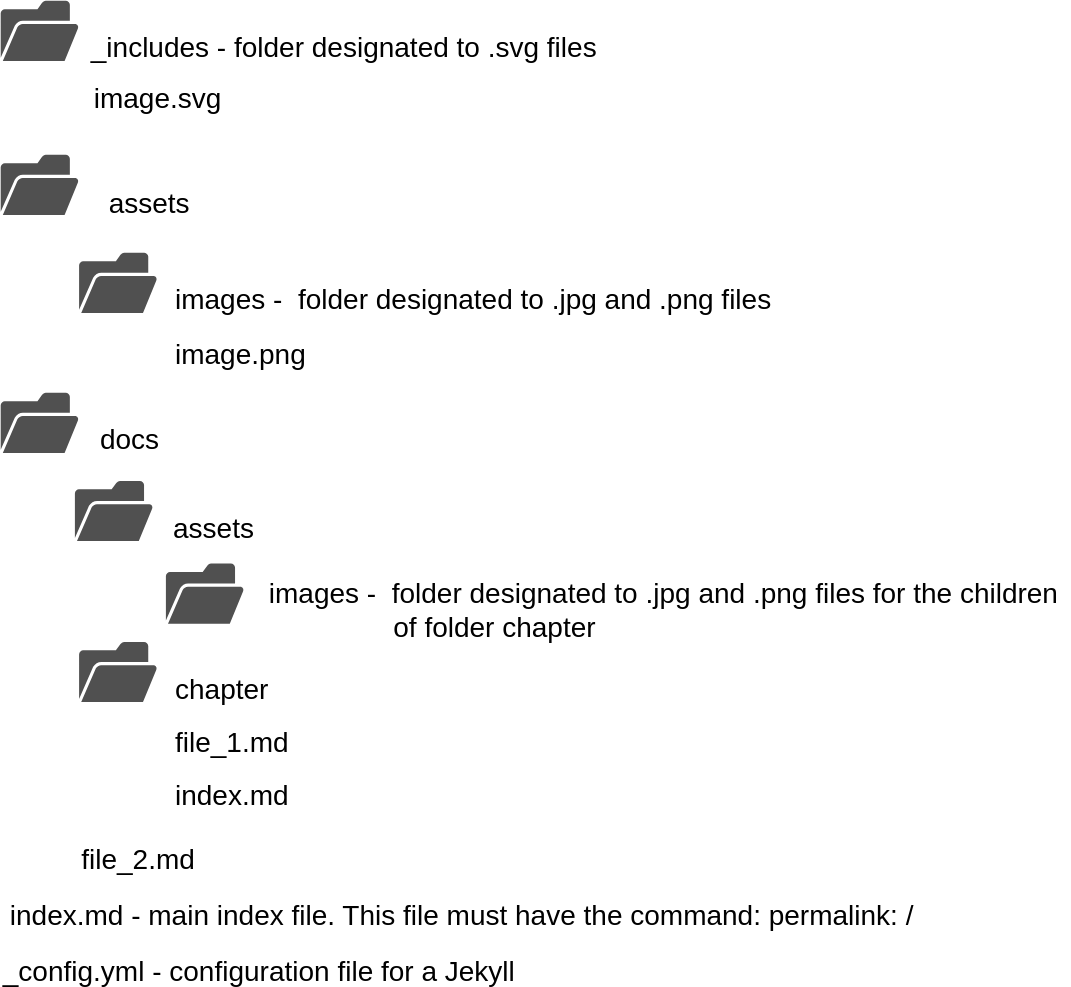
This is docs/assets/images/Files_structure.svg from RAFBER/Basic-technologies-of-technical-communication, a draw.io export, as it was before one commit. Source tidied: cells renumbered, new cells last; positions are measured from the earlier drawing's top-left corner, leaving out a move shared by most shapes. The source it was exported from:
```xml
<mxGraphModel>
  <root>
    <mxCell id="0" />
    <mxCell id="1" parent="0" />
    <mxCell id="2" style="shadow=0;dashed=0;html=1;strokeColor=none;fillColor=#505050;labelPosition=center;verticalLabelPosition=bottom;verticalAlign=top;align=center;shape=mxgraph.office.concepts.folder_open;" parent="1" vertex="1">
      <mxGeometry width="56" height="43" as="geometry" />
    </mxCell>
    <mxCell id="3" style="shadow=0;dashed=0;html=1;strokeColor=none;fillColor=#505050;labelPosition=center;verticalLabelPosition=bottom;verticalAlign=top;align=center;shape=mxgraph.office.concepts.folder_open;" parent="1" vertex="1">
      <mxGeometry y="110" width="56" height="43" as="geometry" />
    </mxCell>
    <mxCell id="4" value="&lt;font style=&quot;font-size: 20px&quot;&gt;_includes - folder designated to .svg files&lt;/font&gt;" style="text;html=1;align=center;verticalAlign=middle;" parent="1" vertex="1">
      <mxGeometry x="59" y="22" width="371" height="21" as="geometry" />
    </mxCell>
    <mxCell id="5" value="&lt;font style=&quot;font-size: 20px&quot;&gt;image.svg&lt;/font&gt;" style="text;html=1;align=center;verticalAlign=middle;" parent="1" vertex="1">
      <mxGeometry x="61" y="58" width="101" height="21" as="geometry" />
    </mxCell>
    <mxCell id="6" value="&lt;font style=&quot;font-size: 20px&quot;&gt;assets&lt;/font&gt;" style="text;html=1;align=center;verticalAlign=middle;" parent="1" vertex="1">
      <mxGeometry x="72" y="133" width="68" height="21" as="geometry" />
    </mxCell>
    <mxCell id="7" style="shadow=0;dashed=0;html=1;strokeColor=none;fillColor=#505050;labelPosition=center;verticalLabelPosition=bottom;verticalAlign=top;align=center;shape=mxgraph.office.concepts.folder_open;" parent="1" vertex="1">
      <mxGeometry x="56" y="180" width="56" height="43" as="geometry" />
    </mxCell>
    <mxCell id="8" value="&lt;span style=&quot;font-size: 20px&quot;&gt;images -&amp;nbsp; folder designated to .jpg and .png files&lt;/span&gt;" style="text;html=1;align=left;verticalAlign=middle;" parent="1" vertex="1">
      <mxGeometry x="123" y="202" width="436" height="21" as="geometry" />
    </mxCell>
    <mxCell id="9" value="&lt;div&gt;&lt;span style=&quot;font-size: 20px&quot;&gt;image.png&lt;/span&gt;&lt;/div&gt;" style="text;html=1;align=left;verticalAlign=middle;" parent="1" vertex="1">
      <mxGeometry x="123" y="241" width="103" height="21" as="geometry" />
    </mxCell>
    <mxCell id="10" style="shadow=0;dashed=0;html=1;strokeColor=none;fillColor=#505050;labelPosition=center;verticalLabelPosition=bottom;verticalAlign=top;align=center;shape=mxgraph.office.concepts.folder_open;" parent="1" vertex="1">
      <mxGeometry y="280" width="56" height="43" as="geometry" />
    </mxCell>
    <mxCell id="11" value="&lt;font style=&quot;font-size: 20px&quot;&gt;docs&lt;/font&gt;" style="text;html=1;align=center;verticalAlign=middle;" parent="1" vertex="1">
      <mxGeometry x="66" y="302" width="52" height="21" as="geometry" />
    </mxCell>
    <mxCell id="12" style="shadow=0;dashed=0;html=1;strokeColor=none;fillColor=#505050;labelPosition=center;verticalLabelPosition=bottom;verticalAlign=top;align=center;shape=mxgraph.office.concepts.folder_open;" parent="1" vertex="1">
      <mxGeometry x="56" y="458" width="56" height="43" as="geometry" />
    </mxCell>
    <mxCell id="13" value="&lt;font style=&quot;font-size: 20px&quot;&gt;chapter&lt;/font&gt;" style="text;html=1;align=left;verticalAlign=middle;" parent="1" vertex="1">
      <mxGeometry x="123" y="480" width="77" height="21" as="geometry" />
    </mxCell>
    <mxCell id="14" value="&lt;div&gt;&lt;span style=&quot;font-size: 20px&quot;&gt;file_1.md&lt;/span&gt;&lt;/div&gt;" style="text;html=1;align=left;verticalAlign=middle;" parent="1" vertex="1">
      <mxGeometry x="123" y="518" width="91" height="21" as="geometry" />
    </mxCell>
    <mxCell id="15" value="&lt;div&gt;&lt;span style=&quot;font-size: 20px&quot;&gt;index.md&lt;/span&gt;&lt;/div&gt;" style="text;html=1;align=left;verticalAlign=middle;" parent="1" vertex="1">
      <mxGeometry x="123" y="556" width="91" height="21" as="geometry" />
    </mxCell>
    <mxCell id="16" value="&lt;div&gt;&lt;span style=&quot;font-size: 20px&quot;&gt;file_2&lt;/span&gt;&lt;span style=&quot;font-size: 20px&quot;&gt;.md&lt;/span&gt;&lt;/div&gt;" style="text;html=1;align=left;verticalAlign=middle;" parent="1" vertex="1">
      <mxGeometry x="56" y="602" width="91" height="21" as="geometry" />
    </mxCell>
    <mxCell id="17" value="&lt;div&gt;&lt;span style=&quot;font-size: 20px&quot;&gt;index.md - main index file. This file must have the command: permalink: /&lt;/span&gt;&lt;/div&gt;" style="text;html=1;align=left;verticalAlign=middle;" parent="1" vertex="1">
      <mxGeometry x="5" y="642" width="655" height="21" as="geometry" />
    </mxCell>
    <mxCell id="18" value="&lt;div&gt;&lt;span style=&quot;font-size: 20px&quot;&gt;_config.yml - configuration file for a Jekyll&amp;nbsp;&lt;/span&gt;&lt;/div&gt;" style="text;html=1;align=left;verticalAlign=middle;" parent="1" vertex="1">
      <mxGeometry y="682" width="381" height="21" as="geometry" />
    </mxCell>
    <mxCell id="19" style="shadow=0;dashed=0;html=1;strokeColor=none;fillColor=#505050;labelPosition=center;verticalLabelPosition=bottom;verticalAlign=top;align=center;shape=mxgraph.office.concepts.folder_open;" parent="1" vertex="1">
      <mxGeometry x="53" y="343" width="56" height="43" as="geometry" />
    </mxCell>
    <mxCell id="20" style="shadow=0;dashed=0;html=1;strokeColor=none;fillColor=#505050;labelPosition=center;verticalLabelPosition=bottom;verticalAlign=top;align=center;shape=mxgraph.office.concepts.folder_open;" parent="1" vertex="1">
      <mxGeometry x="118" y="402" width="56" height="43" as="geometry" />
    </mxCell>
    <mxCell id="21" value="&lt;font style=&quot;font-size: 20px&quot;&gt;assets&lt;/font&gt;" style="text;html=1;align=center;verticalAlign=middle;" parent="1" vertex="1">
      <mxGeometry x="118" y="365" width="68" height="21" as="geometry" />
    </mxCell>
    <mxCell id="22" value="&lt;span style=&quot;font-size: 20px&quot;&gt;images -&amp;nbsp; folder designated to .jpg and .png files for the children&lt;br&gt;&amp;nbsp; &amp;nbsp; &amp;nbsp; &amp;nbsp; &amp;nbsp; &amp;nbsp; &amp;nbsp; &amp;nbsp; of folder chapter&lt;br&gt;&lt;/span&gt;" style="text;html=1;align=left;verticalAlign=middle;" parent="1" vertex="1">
      <mxGeometry x="190" y="416" width="574" height="38" as="geometry" />
    </mxCell>
  </root>
</mxGraphModel>
```
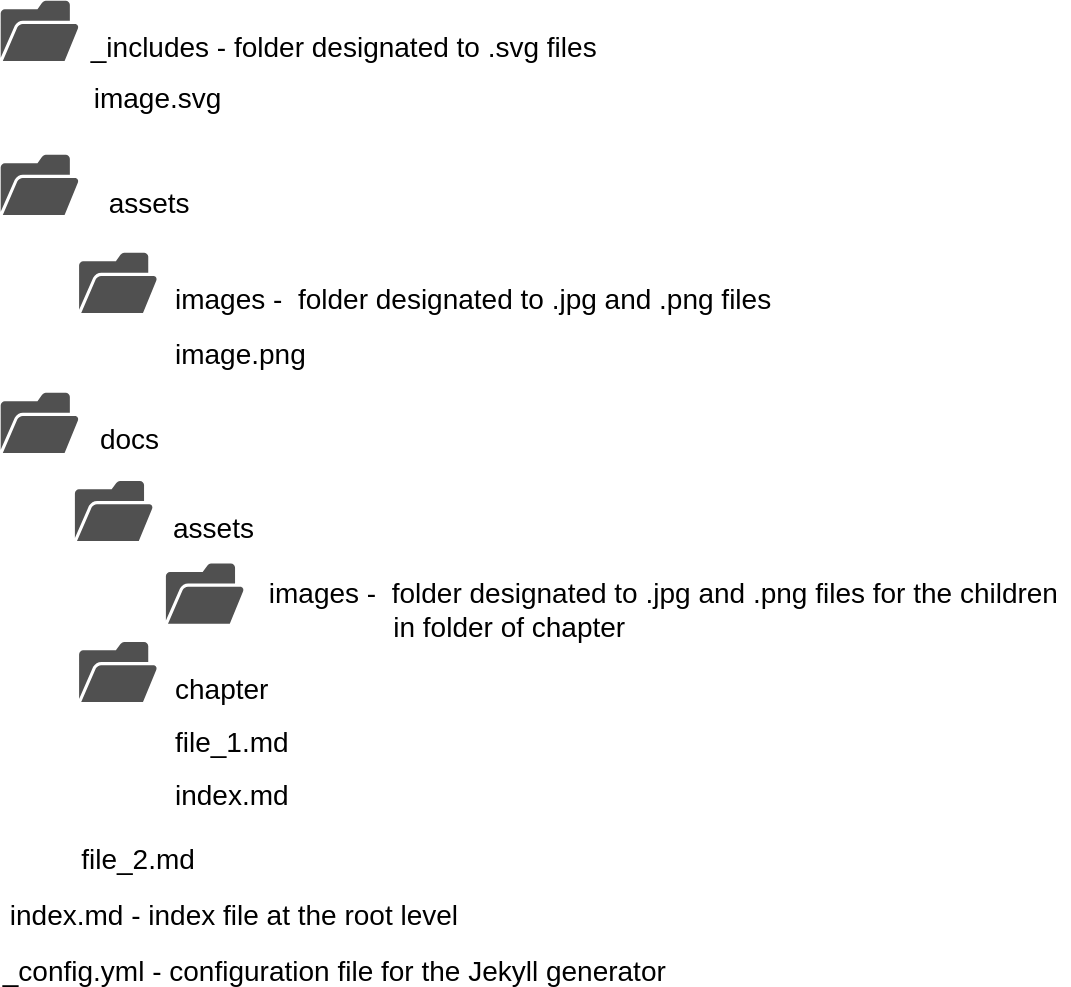
After the commit.

The edit, as a diff of the source:
```diff
@@ -47,11 +47,11 @@
     <mxCell id="16" value="&lt;div&gt;&lt;span style=&quot;font-size: 20px&quot;&gt;file_2&lt;/span&gt;&lt;span style=&quot;font-size: 20px&quot;&gt;.md&lt;/span&gt;&lt;/div&gt;" style="text;html=1;align=left;verticalAlign=middle;" parent="1" vertex="1">
       <mxGeometry x="56" y="602" width="91" height="21" as="geometry" />
     </mxCell>
-    <mxCell id="17" value="&lt;div&gt;&lt;span style=&quot;font-size: 20px&quot;&gt;index.md - main index file. This file must have the command: permalink: /&lt;/span&gt;&lt;/div&gt;" style="text;html=1;align=left;verticalAlign=middle;" parent="1" vertex="1">
-      <mxGeometry x="5" y="642" width="655" height="21" as="geometry" />
+    <mxCell id="17" value="&lt;div&gt;&lt;span style=&quot;font-size: 20px&quot;&gt;index.md - index file at the root level&lt;/span&gt;&lt;/div&gt;" style="text;html=1;align=left;verticalAlign=middle;" parent="1" vertex="1">
+      <mxGeometry x="5" y="642" width="330" height="21" as="geometry" />
     </mxCell>
-    <mxCell id="18" value="&lt;div&gt;&lt;span style=&quot;font-size: 20px&quot;&gt;_config.yml - configuration file for a Jekyll&amp;nbsp;&lt;/span&gt;&lt;/div&gt;" style="text;html=1;align=left;verticalAlign=middle;" parent="1" vertex="1">
-      <mxGeometry y="682" width="381" height="21" as="geometry" />
+    <mxCell id="18" value="&lt;div&gt;&lt;span style=&quot;font-size: 20px&quot;&gt;_config.yml - configuration file for the Jekyll generator&amp;nbsp;&lt;/span&gt;&lt;/div&gt;" style="text;html=1;align=left;verticalAlign=middle;" parent="1" vertex="1">
+      <mxGeometry y="682" width="489" height="21" as="geometry" />
     </mxCell>
     <mxCell id="19" style="shadow=0;dashed=0;html=1;strokeColor=none;fillColor=#505050;labelPosition=center;verticalLabelPosition=bottom;verticalAlign=top;align=center;shape=mxgraph.office.concepts.folder_open;" parent="1" vertex="1">
       <mxGeometry x="53" y="343" width="56" height="43" as="geometry" />
@@ -62,7 +62,7 @@
     <mxCell id="21" value="&lt;font style=&quot;font-size: 20px&quot;&gt;assets&lt;/font&gt;" style="text;html=1;align=center;verticalAlign=middle;" parent="1" vertex="1">
       <mxGeometry x="118" y="365" width="68" height="21" as="geometry" />
     </mxCell>
-    <mxCell id="22" value="&lt;span style=&quot;font-size: 20px&quot;&gt;images -&amp;nbsp; folder designated to .jpg and .png files for the children&lt;br&gt;&amp;nbsp; &amp;nbsp; &amp;nbsp; &amp;nbsp; &amp;nbsp; &amp;nbsp; &amp;nbsp; &amp;nbsp; of folder chapter&lt;br&gt;&lt;/span&gt;" style="text;html=1;align=left;verticalAlign=middle;" parent="1" vertex="1">
+    <mxCell id="22" value="&lt;span style=&quot;font-size: 20px&quot;&gt;images -&amp;nbsp; folder designated to .jpg and .png files for the children&lt;br&gt;&amp;nbsp; &amp;nbsp; &amp;nbsp; &amp;nbsp; &amp;nbsp; &amp;nbsp; &amp;nbsp; &amp;nbsp; in folder of chapter&amp;nbsp;&lt;/span&gt;&lt;span style=&quot;font-size: 20px&quot;&gt;&lt;br&gt;&lt;/span&gt;" style="text;html=1;align=left;verticalAlign=middle;" parent="1" vertex="1">
       <mxGeometry x="190" y="416" width="574" height="38" as="geometry" />
     </mxCell>
   </root>
```
